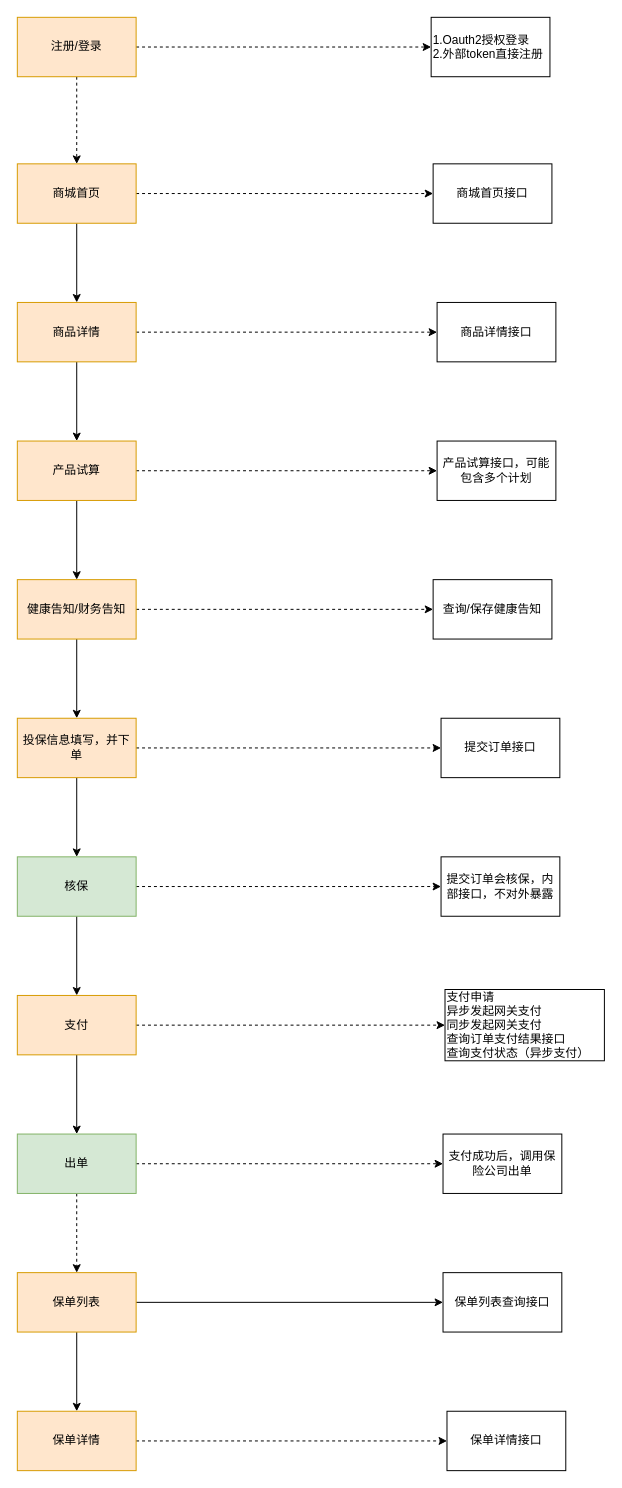
Before: page "商城核心业务流程" (2 of 2) of 场景出单.drawio in wang86924324/workstation, a draw.io diagram. Source tidied: cells renumbered, new cells numbered last; positions are measured from the earlier drawing's top-left corner, leaving out a move shared by most shapes. Both pictures are drawn from the tidied source at 99%, with x=0, y=0 at pixel (17, 17).
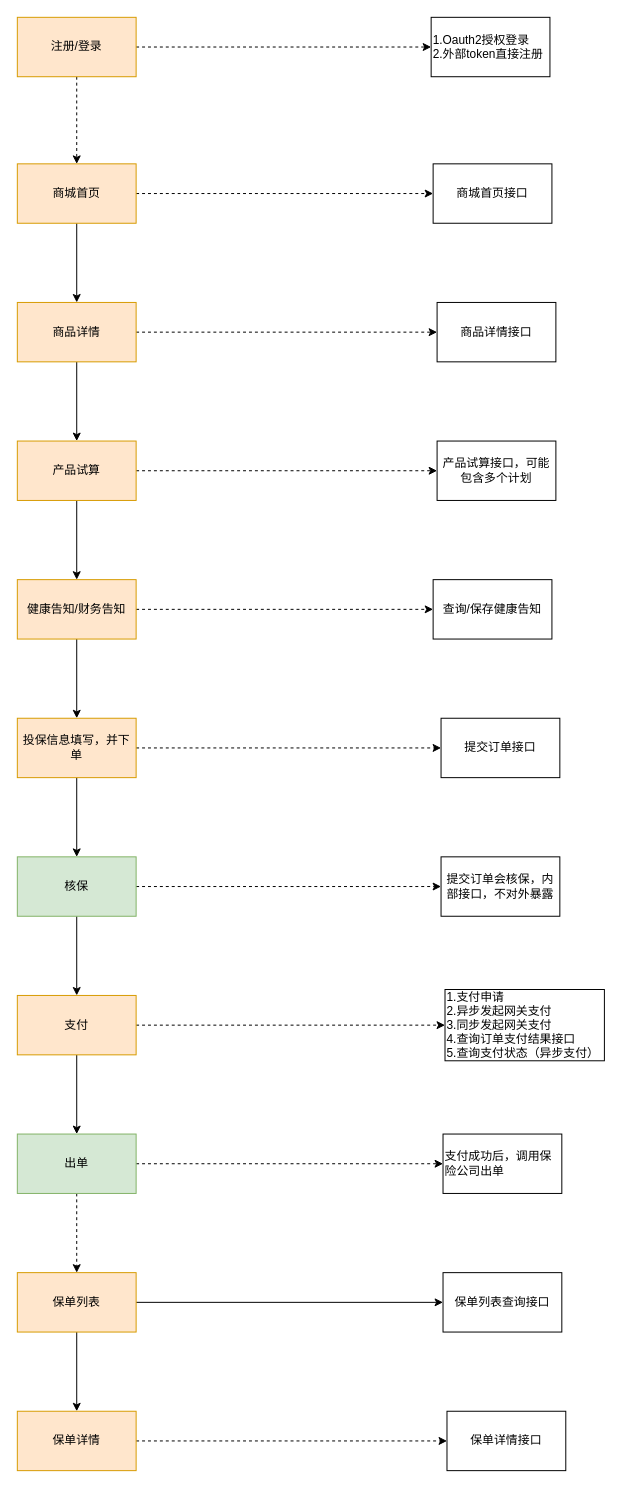
After the change.

Commit message:
更新场景出单.drawio

The edit, as a diff of the source:
```diff
@@
-    <mxCell id="32" value="支付申请&lt;br&gt;异步发起网关支付&lt;br&gt;同步发起网关支付&lt;br&gt;查询订单支付结果接口&lt;br&gt;查询支付状态（异步支付）" style="rounded=0;whiteSpace=wrap;html=1;align=left;" parent="1" vertex="1">
+    <mxCell id="32" value="1.支付申请&lt;br&gt;2.异步发起网关支付&lt;br&gt;3.同步发起网关支付&lt;br&gt;4.查询订单支付结果接口&lt;br&gt;5.查询支付状态（异步支付）" style="rounded=0;whiteSpace=wrap;html=1;align=left;" parent="1" vertex="1">
       <mxGeometry x="432" y="982" width="161" height="72" as="geometry" />
     </mxCell>
-    <mxCell id="33" value="支付成功后，调用保险公司出单" style="rounded=0;whiteSpace=wrap;html=1;" parent="1" vertex="1">
+    <mxCell id="33" value="&lt;span&gt;支付成功后，调用保险公司出单&lt;/span&gt;" style="rounded=0;whiteSpace=wrap;html=1;align=left;" parent="1" vertex="1">
       <mxGeometry x="430" y="1128" width="120" height="60" as="geometry" />
     </mxCell>
```
